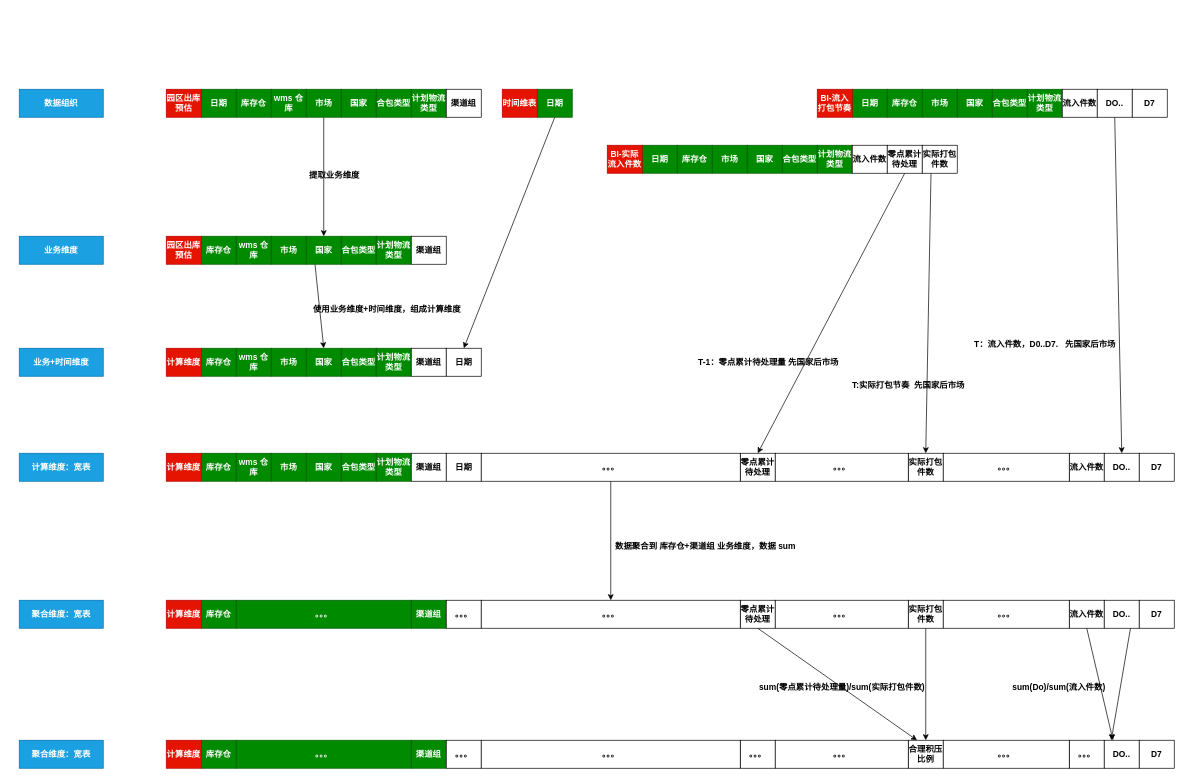
The draw.io diagram shein/国内仓-片区出库预估.drawio in Msimplehub/abbysun, before the edit. Source tidied: cells renumbered, new cells numbered last; positions are measured from the earlier drawing's top-left corner, leaving out a move shared by most shapes. Both pictures are drawn from the tidied source at 70%, with x=0, y=0 at pixel (19, 89).
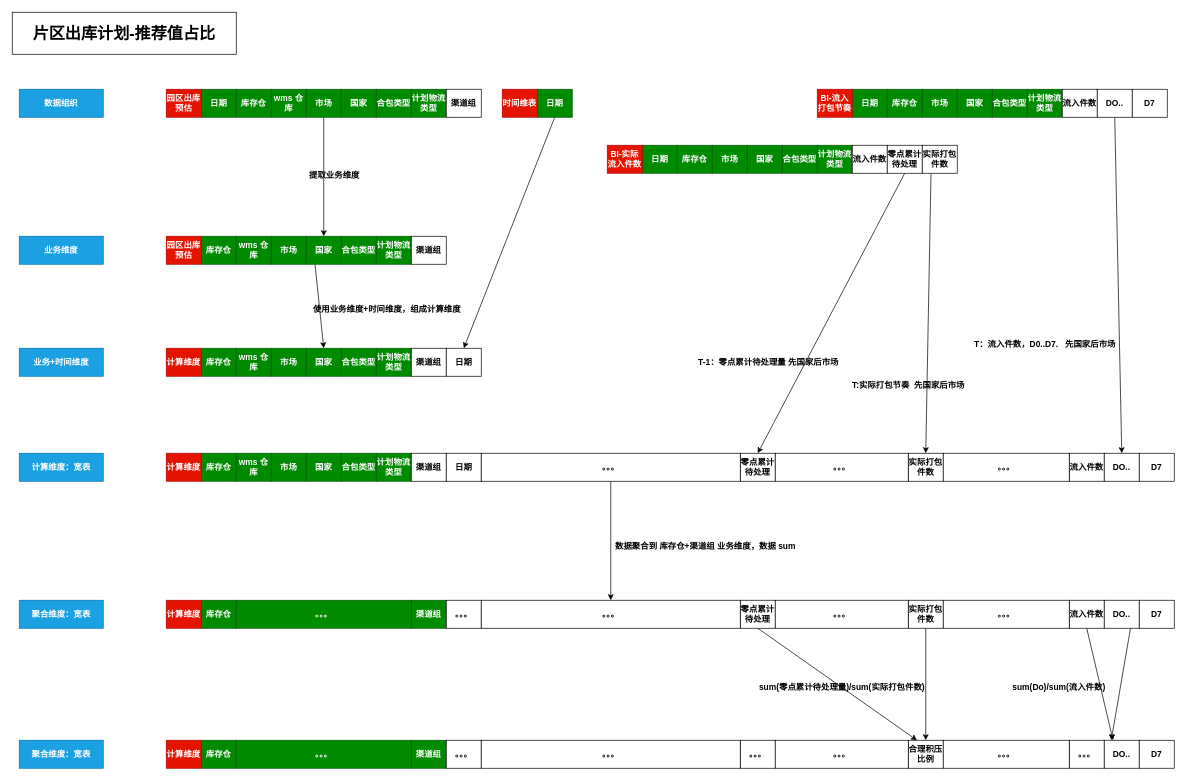
Above is the later version.

Commit message (it also covers changes not shown here):
更新国内仓-片区出库预估.drawio

Diff of the diagram source:
```diff
@@
+    <mxCell id="118" value="&lt;b&gt;&lt;font style=&quot;font-size: 23px;&quot;&gt;片区出库计划-推荐值占比&lt;/font&gt;&lt;/b&gt;" style="rounded=0;whiteSpace=wrap;html=1;" parent="1" vertex="1">
+      <mxGeometry x="-10" y="-110" width="320" height="60" as="geometry" />
+    </mxCell>
```
